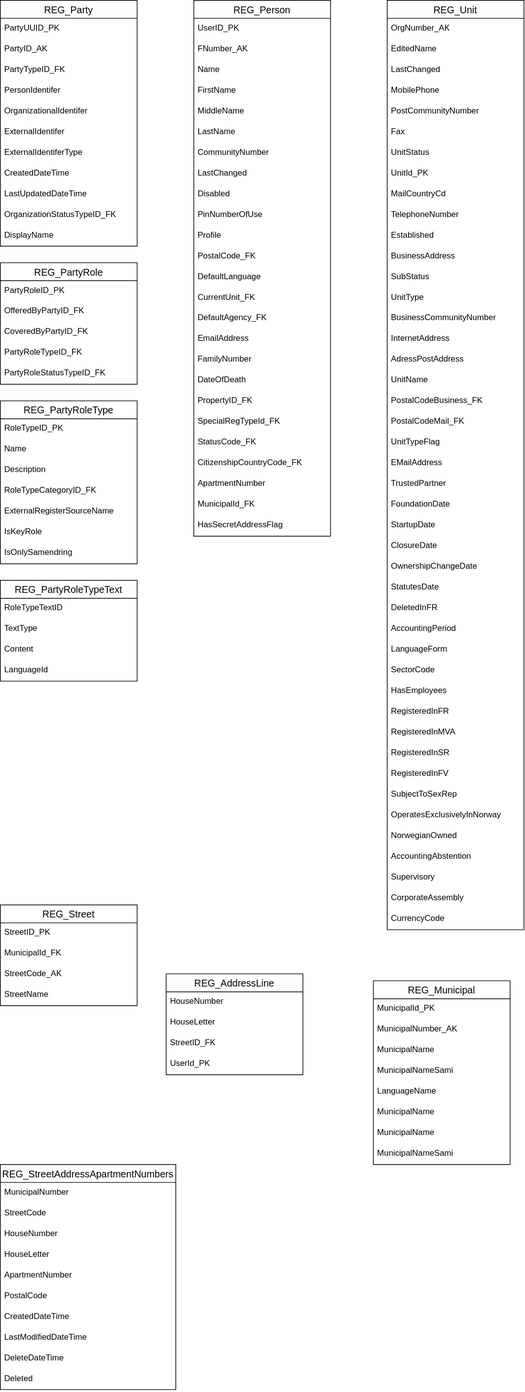
Earlier version of the draw.io export content/technology/solutions/altinn-platform/register/dbdesignaltinn3.drawio.svg (Altinn/altinn-studio-docs). Source tidied: cells renumbered, new cells last; positions are measured from the earlier drawing's top-left corner, leaving out a move shared by most shapes.
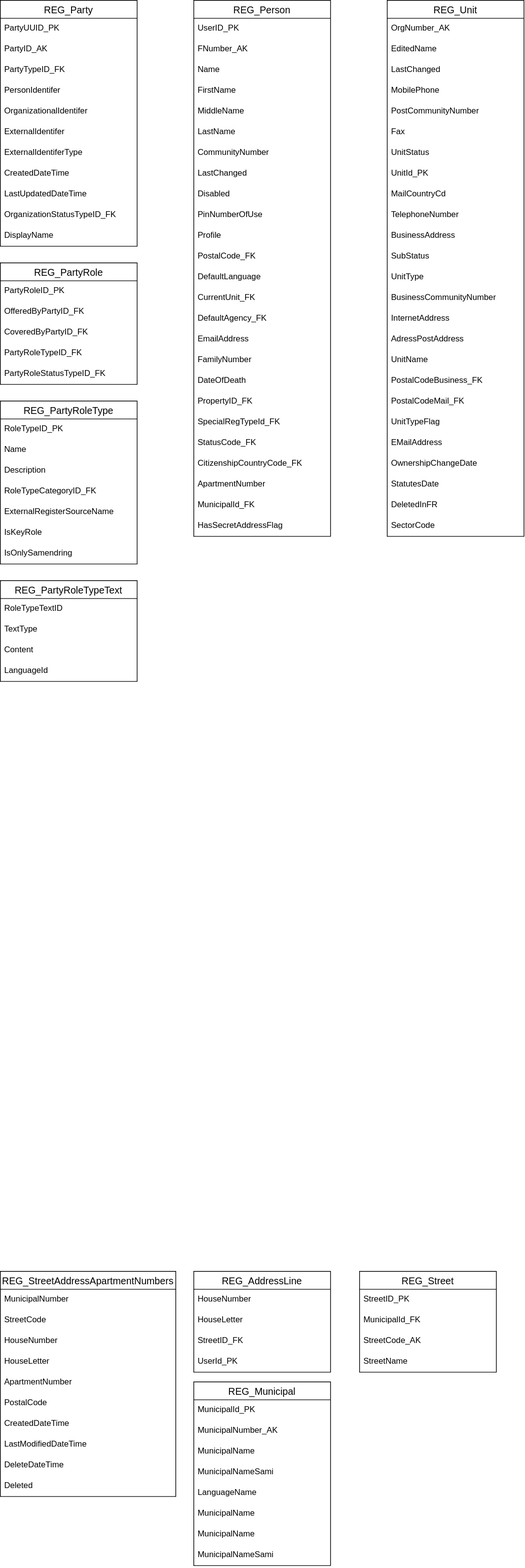
Above is the later version.

Diff of the diagram source:
```diff
@@ -117,7 +117,7 @@
       <mxGeometry y="746" width="198" height="30" as="geometry" />
     </mxCell>
     <mxCell id="40" value="REG_Unit" style="swimlane;fontStyle=0;horizontal=1;startSize=26;align=center;fontSize=14;" parent="1" vertex="1">
-      <mxGeometry x="560" width="198" height="1346" as="geometry" />
+      <mxGeometry x="560" width="198" height="776" as="geometry" />
     </mxCell>
     <mxCell id="41" value="OrgNumber_AK" style="text;strokeColor=none;fillColor=none;spacingLeft=4;spacingRight=4;overflow=hidden;fontSize=12;" parent="40" vertex="1">
       <mxGeometry y="26" width="198" height="30" as="geometry" />
@@ -149,108 +149,51 @@
     <mxCell id="50" value="TelephoneNumber" style="text;strokeColor=none;fillColor=none;spacingLeft=4;spacingRight=4;overflow=hidden;fontSize=12;" parent="40" vertex="1">
       <mxGeometry y="296" width="198" height="30" as="geometry" />
     </mxCell>
-    <mxCell id="51" value="Established" style="text;strokeColor=none;fillColor=none;spacingLeft=4;spacingRight=4;overflow=hidden;fontSize=12;" parent="40" vertex="1">
-      <mxGeometry y="326" width="198" height="30" as="geometry" />
-    </mxCell>
     <mxCell id="52" value="BusinessAddress" style="text;strokeColor=none;fillColor=none;spacingLeft=4;spacingRight=4;overflow=hidden;fontSize=12;" parent="40" vertex="1">
-      <mxGeometry y="356" width="198" height="30" as="geometry" />
+      <mxGeometry y="326" width="198" height="30" as="geometry" />
     </mxCell>
     <mxCell id="53" value="SubStatus" style="text;strokeColor=none;fillColor=none;spacingLeft=4;spacingRight=4;overflow=hidden;fontSize=12;" parent="40" vertex="1">
-      <mxGeometry y="386" width="198" height="30" as="geometry" />
+      <mxGeometry y="356" width="198" height="30" as="geometry" />
     </mxCell>
     <mxCell id="54" value="UnitType" style="text;strokeColor=none;fillColor=none;spacingLeft=4;spacingRight=4;overflow=hidden;fontSize=12;" parent="40" vertex="1">
-      <mxGeometry y="416" width="198" height="30" as="geometry" />
+      <mxGeometry y="386" width="198" height="30" as="geometry" />
     </mxCell>
     <mxCell id="55" value="BusinessCommunityNumber" style="text;strokeColor=none;fillColor=none;spacingLeft=4;spacingRight=4;overflow=hidden;fontSize=12;" parent="40" vertex="1">
-      <mxGeometry y="446" width="198" height="30" as="geometry" />
+      <mxGeometry y="416" width="198" height="30" as="geometry" />
     </mxCell>
     <mxCell id="56" value="InternetAddress" style="text;strokeColor=none;fillColor=none;spacingLeft=4;spacingRight=4;overflow=hidden;fontSize=12;" parent="40" vertex="1">
-      <mxGeometry y="476" width="198" height="30" as="geometry" />
+      <mxGeometry y="446" width="198" height="30" as="geometry" />
     </mxCell>
     <mxCell id="57" value="AdressPostAddress" style="text;strokeColor=none;fillColor=none;spacingLeft=4;spacingRight=4;overflow=hidden;fontSize=12;" parent="40" vertex="1">
-      <mxGeometry y="506" width="198" height="30" as="geometry" />
+      <mxGeometry y="476" width="198" height="30" as="geometry" />
     </mxCell>
     <mxCell id="58" value="UnitName" style="text;strokeColor=none;fillColor=none;spacingLeft=4;spacingRight=4;overflow=hidden;fontSize=12;" parent="40" vertex="1">
-      <mxGeometry y="536" width="198" height="30" as="geometry" />
+      <mxGeometry y="506" width="198" height="30" as="geometry" />
     </mxCell>
     <mxCell id="59" value="PostalCodeBusiness_FK" style="text;strokeColor=none;fillColor=none;spacingLeft=4;spacingRight=4;overflow=hidden;fontSize=12;" parent="40" vertex="1">
-      <mxGeometry y="566" width="198" height="30" as="geometry" />
+      <mxGeometry y="536" width="198" height="30" as="geometry" />
     </mxCell>
     <mxCell id="60" value="PostalCodeMail_FK" style="text;strokeColor=none;fillColor=none;spacingLeft=4;spacingRight=4;overflow=hidden;fontSize=12;" parent="40" vertex="1">
-      <mxGeometry y="596" width="198" height="30" as="geometry" />
+      <mxGeometry y="566" width="198" height="30" as="geometry" />
     </mxCell>
     <mxCell id="61" value="UnitTypeFlag" style="text;strokeColor=none;fillColor=none;spacingLeft=4;spacingRight=4;overflow=hidden;fontSize=12;" parent="40" vertex="1">
-      <mxGeometry y="626" width="198" height="30" as="geometry" />
+      <mxGeometry y="596" width="198" height="30" as="geometry" />
     </mxCell>
     <mxCell id="62" value="EMailAddress" style="text;strokeColor=none;fillColor=none;spacingLeft=4;spacingRight=4;overflow=hidden;fontSize=12;" parent="40" vertex="1">
-      <mxGeometry y="656" width="198" height="30" as="geometry" />
+      <mxGeometry y="626" width="198" height="30" as="geometry" />
     </mxCell>
-    <mxCell id="63" value="TrustedPartner" style="text;strokeColor=none;fillColor=none;spacingLeft=4;spacingRight=4;overflow=hidden;fontSize=12;" parent="40" vertex="1">
-      <mxGeometry y="686" width="198" height="30" as="geometry" />
-    </mxCell>
-    <mxCell id="64" value="FoundationDate" style="text;strokeColor=none;fillColor=none;spacingLeft=4;spacingRight=4;overflow=hidden;fontSize=12;" parent="40" vertex="1">
-      <mxGeometry y="716" width="198" height="30" as="geometry" />
-    </mxCell>
-    <mxCell id="65" value="StartupDate" style="text;strokeColor=none;fillColor=none;spacingLeft=4;spacingRight=4;overflow=hidden;fontSize=12;" parent="40" vertex="1">
-      <mxGeometry y="746" width="198" height="30" as="geometry" />
-    </mxCell>
-    <mxCell id="66" value="ClosureDate" style="text;strokeColor=none;fillColor=none;spacingLeft=4;spacingRight=4;overflow=hidden;fontSize=12;" parent="40" vertex="1">
-      <mxGeometry y="776" width="198" height="30" as="geometry" />
-    </mxCell>
     <mxCell id="67" value="OwnershipChangeDate" style="text;strokeColor=none;fillColor=none;spacingLeft=4;spacingRight=4;overflow=hidden;fontSize=12;" parent="40" vertex="1">
-      <mxGeometry y="806" width="198" height="30" as="geometry" />
+      <mxGeometry y="656" width="198" height="30" as="geometry" />
     </mxCell>
     <mxCell id="68" value="StatutesDate" style="text;strokeColor=none;fillColor=none;spacingLeft=4;spacingRight=4;overflow=hidden;fontSize=12;" parent="40" vertex="1">
-      <mxGeometry y="836" width="198" height="30" as="geometry" />
+      <mxGeometry y="686" width="198" height="30" as="geometry" />
     </mxCell>
     <mxCell id="69" value="DeletedInFR" style="text;strokeColor=none;fillColor=none;spacingLeft=4;spacingRight=4;overflow=hidden;fontSize=12;" parent="40" vertex="1">
-      <mxGeometry y="866" width="198" height="30" as="geometry" />
+      <mxGeometry y="716" width="198" height="30" as="geometry" />
     </mxCell>
-    <mxCell id="70" value="AccountingPeriod" style="text;strokeColor=none;fillColor=none;spacingLeft=4;spacingRight=4;overflow=hidden;fontSize=12;" parent="40" vertex="1">
-      <mxGeometry y="896" width="198" height="30" as="geometry" />
-    </mxCell>
-    <mxCell id="71" value="LanguageForm" style="text;strokeColor=none;fillColor=none;spacingLeft=4;spacingRight=4;overflow=hidden;fontSize=12;" parent="40" vertex="1">
-      <mxGeometry y="926" width="198" height="30" as="geometry" />
-    </mxCell>
     <mxCell id="72" value="SectorCode" style="text;strokeColor=none;fillColor=none;spacingLeft=4;spacingRight=4;overflow=hidden;fontSize=12;" parent="40" vertex="1">
-      <mxGeometry y="956" width="198" height="30" as="geometry" />
+      <mxGeometry y="746" width="198" height="30" as="geometry" />
     </mxCell>
-    <mxCell id="73" value="HasEmployees" style="text;strokeColor=none;fillColor=none;spacingLeft=4;spacingRight=4;overflow=hidden;fontSize=12;" parent="40" vertex="1">
-      <mxGeometry y="986" width="198" height="30" as="geometry" />
-    </mxCell>
-    <mxCell id="74" value="RegisteredInFR" style="text;strokeColor=none;fillColor=none;spacingLeft=4;spacingRight=4;overflow=hidden;fontSize=12;" parent="40" vertex="1">
-      <mxGeometry y="1016" width="198" height="30" as="geometry" />
-    </mxCell>
-    <mxCell id="75" value="RegisteredInMVA" style="text;strokeColor=none;fillColor=none;spacingLeft=4;spacingRight=4;overflow=hidden;fontSize=12;" parent="40" vertex="1">
-      <mxGeometry y="1046" width="198" height="30" as="geometry" />
-    </mxCell>
-    <mxCell id="76" value="RegisteredInSR" style="text;strokeColor=none;fillColor=none;spacingLeft=4;spacingRight=4;overflow=hidden;fontSize=12;" parent="40" vertex="1">
-      <mxGeometry y="1076" width="198" height="30" as="geometry" />
-    </mxCell>
-    <mxCell id="77" value="RegisteredInFV" style="text;strokeColor=none;fillColor=none;spacingLeft=4;spacingRight=4;overflow=hidden;fontSize=12;" parent="40" vertex="1">
-      <mxGeometry y="1106" width="198" height="30" as="geometry" />
-    </mxCell>
-    <mxCell id="78" value="SubjectToSexRep" style="text;strokeColor=none;fillColor=none;spacingLeft=4;spacingRight=4;overflow=hidden;fontSize=12;" parent="40" vertex="1">
-      <mxGeometry y="1136" width="198" height="30" as="geometry" />
-    </mxCell>
-    <mxCell id="79" value="OperatesExclusivelyInNorway" style="text;strokeColor=none;fillColor=none;spacingLeft=4;spacingRight=4;overflow=hidden;fontSize=12;" parent="40" vertex="1">
-      <mxGeometry y="1166" width="198" height="30" as="geometry" />
-    </mxCell>
-    <mxCell id="80" value="NorwegianOwned" style="text;strokeColor=none;fillColor=none;spacingLeft=4;spacingRight=4;overflow=hidden;fontSize=12;" parent="40" vertex="1">
-      <mxGeometry y="1196" width="198" height="30" as="geometry" />
-    </mxCell>
-    <mxCell id="81" value="AccountingAbstention" style="text;strokeColor=none;fillColor=none;spacingLeft=4;spacingRight=4;overflow=hidden;fontSize=12;" parent="40" vertex="1">
-      <mxGeometry y="1226" width="198" height="30" as="geometry" />
-    </mxCell>
-    <mxCell id="82" value="Supervisory" style="text;strokeColor=none;fillColor=none;spacingLeft=4;spacingRight=4;overflow=hidden;fontSize=12;" parent="40" vertex="1">
-      <mxGeometry y="1256" width="198" height="30" as="geometry" />
-    </mxCell>
-    <mxCell id="83" value="CorporateAssembly" style="text;strokeColor=none;fillColor=none;spacingLeft=4;spacingRight=4;overflow=hidden;fontSize=12;" parent="40" vertex="1">
-      <mxGeometry y="1286" width="198" height="30" as="geometry" />
-    </mxCell>
-    <mxCell id="84" value="CurrencyCode" style="text;strokeColor=none;fillColor=none;spacingLeft=4;spacingRight=4;overflow=hidden;fontSize=12;" parent="40" vertex="1">
-      <mxGeometry y="1316" width="198" height="30" as="geometry" />
-    </mxCell>
     <mxCell id="85" value="REG_PartyRole" style="swimlane;fontStyle=0;horizontal=1;startSize=26;align=center;fontSize=14;" parent="1" vertex="1">
       <mxGeometry y="380" width="198" height="176" as="geometry" />
     </mxCell>
@@ -294,7 +237,7 @@
       <mxGeometry y="206" width="198" height="30" as="geometry" />
     </mxCell>
     <mxCell id="99" value="REG_Street" style="swimlane;fontStyle=0;horizontal=1;startSize=26;align=center;fontSize=14;" parent="1" vertex="1">
-      <mxGeometry y="1310" width="198" height="146" as="geometry" />
+      <mxGeometry x="520" y="1840" width="198" height="146" as="geometry" />
     </mxCell>
     <mxCell id="100" value="StreetID_PK" style="text;strokeColor=none;fillColor=none;spacingLeft=4;spacingRight=4;overflow=hidden;fontSize=12;" parent="99" vertex="1">
       <mxGeometry y="26" width="198" height="30" as="geometry" />
@@ -309,7 +252,7 @@
       <mxGeometry y="116" width="198" height="30" as="geometry" />
     </mxCell>
     <mxCell id="104" value="REG_StreetAddressApartmentNumbers" style="swimlane;fontStyle=0;horizontal=1;startSize=26;align=center;fontSize=14;" parent="1" vertex="1">
-      <mxGeometry y="1686" width="254" height="326" as="geometry" />
+      <mxGeometry y="1840" width="254" height="326" as="geometry" />
     </mxCell>
     <mxCell id="105" value="MunicipalNumber" style="text;strokeColor=none;fillColor=none;spacingLeft=4;spacingRight=4;overflow=hidden;fontSize=12;" parent="104" vertex="1">
       <mxGeometry y="26" width="254" height="30" as="geometry" />
@@ -342,7 +285,7 @@
       <mxGeometry y="296" width="254" height="30" as="geometry" />
     </mxCell>
     <mxCell id="115" value="REG_Municipal" style="swimlane;fontStyle=0;horizontal=1;startSize=26;align=center;fontSize=14;" parent="1" vertex="1">
-      <mxGeometry x="540" y="1420" width="198" height="266" as="geometry" />
+      <mxGeometry x="280" y="2000" width="198" height="266" as="geometry" />
     </mxCell>
     <mxCell id="116" value="MunicipalId_PK" style="text;strokeColor=none;fillColor=none;spacingLeft=4;spacingRight=4;overflow=hidden;fontSize=12;" parent="115" vertex="1">
       <mxGeometry y="26" width="198" height="30" as="geometry" />
@@ -369,7 +312,7 @@
       <mxGeometry y="236" width="198" height="30" as="geometry" />
     </mxCell>
     <mxCell id="124" value="REG_AddressLine" style="swimlane;fontStyle=0;horizontal=1;startSize=26;align=center;fontSize=14;" parent="1" vertex="1">
-      <mxGeometry x="240" y="1410" width="198" height="146" as="geometry" />
+      <mxGeometry x="280" y="1840" width="198" height="146" as="geometry" />
     </mxCell>
     <mxCell id="125" value="HouseNumber" style="text;strokeColor=none;fillColor=none;spacingLeft=4;spacingRight=4;overflow=hidden;fontSize=12;" parent="124" vertex="1">
       <mxGeometry y="26" width="198" height="30" as="geometry" />
```
